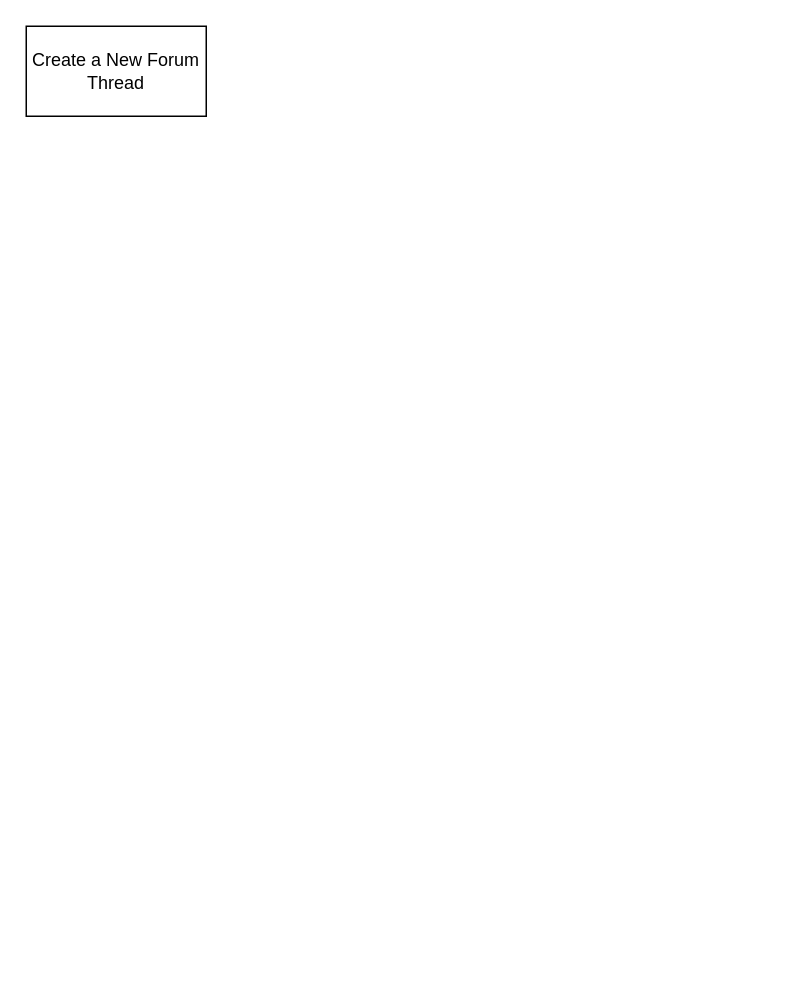
The draw.io diagram page "CreateForumThread" (10 of 14) of Chronicle_Initial_App_Wireframe_Designs.drawio in Vaibhav-G-Parmar/Chronicle-Your-Ultimate-Travel-Companion, before the edit. Source tidied: cells renumbered, new cells numbered last; positions are measured from the earlier drawing's top-left corner, leaving out a move shared by most shapes. Both pictures are drawn from the tidied source at 150%, with x=0, y=0 at pixel (26, 26).
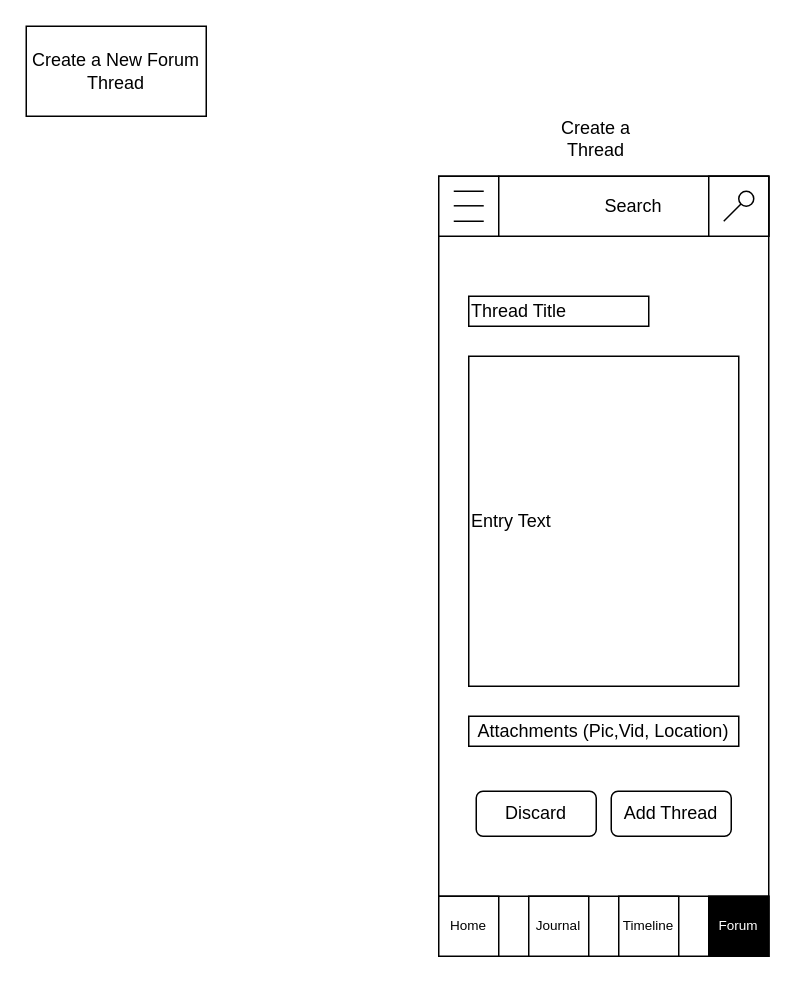
Above is the later version.

What changed in the source:
```diff
@@
+    <mxCell id="3" style="rounded=0;whiteSpace=wrap;html=1;" parent="1" vertex="1">
+      <mxGeometry x="275" y="100" width="220" height="520" as="geometry" />
+    </mxCell>
+    <mxCell id="4" style="rounded=0;whiteSpace=wrap;html=1;" parent="1" vertex="1">
+      <mxGeometry x="275" y="580" width="220" height="40" as="geometry" />
+    </mxCell>
+    <mxCell id="5" value="Forum" style="rounded=0;whiteSpace=wrap;html=1;fontSize=9;fillColor=#000000;fontColor=#FFFFFF;" parent="1" vertex="1">
+      <mxGeometry x="455" y="580" width="40" height="40" as="geometry" />
+    </mxCell>
+    <mxCell id="6" value="Timeline" style="rounded=0;whiteSpace=wrap;html=1;fontSize=9;" parent="1" vertex="1">
+      <mxGeometry x="395" y="580" width="40" height="40" as="geometry" />
+    </mxCell>
+    <mxCell id="7" value="Journal" style="rounded=0;whiteSpace=wrap;html=1;fontSize=9;labelBackgroundColor=default;fillColor=#FFFFFF;" parent="1" vertex="1">
+      <mxGeometry x="335" y="580" width="40" height="40" as="geometry" />
+    </mxCell>
+    <mxCell id="8" value="Home" style="rounded=0;whiteSpace=wrap;html=1;fontSize=9;" parent="1" vertex="1">
+      <mxGeometry x="275" y="580" width="40" height="40" as="geometry" />
+    </mxCell>
+    <mxCell id="9" style="rounded=0;whiteSpace=wrap;html=1;fontSize=9;" parent="1" vertex="1">
+      <mxGeometry x="275" y="100" width="40" height="40" as="geometry" />
+    </mxCell>
+    <mxCell id="10" style="endArrow=none;html=1;rounded=0;" parent="1" edge="1">
+      <mxGeometry relative="1" as="geometry">
+        <mxPoint x="285" y="130" as="sourcePoint" />
+        <mxPoint x="305" y="130" as="targetPoint" />
+      </mxGeometry>
+    </mxCell>
+    <mxCell id="11" style="endArrow=none;html=1;rounded=0;" parent="1" edge="1">
+      <mxGeometry relative="1" as="geometry">
+        <mxPoint x="285" y="119.7" as="sourcePoint" />
+        <mxPoint x="305" y="119.7" as="targetPoint" />
+      </mxGeometry>
+    </mxCell>
+    <mxCell id="12" style="endArrow=none;html=1;rounded=0;" parent="1" edge="1">
+      <mxGeometry relative="1" as="geometry">
+        <mxPoint x="285" y="110" as="sourcePoint" />
+        <mxPoint x="305" y="110" as="targetPoint" />
+      </mxGeometry>
+    </mxCell>
+    <mxCell id="13" value="Search" style="rounded=0;whiteSpace=wrap;html=1;" parent="1" vertex="1">
+      <mxGeometry x="315" y="100" width="180" height="40" as="geometry" />
+    </mxCell>
+    <mxCell id="14" style="whiteSpace=wrap;html=1;" parent="1" vertex="1">
+      <mxGeometry x="455" y="100" width="40" height="40" as="geometry" />
+    </mxCell>
+    <mxCell id="15" style="endArrow=none;html=1;rounded=0;entryX=0;entryY=1;entryDx=0;entryDy=0;" parent="1" edge="1" target="16">
+      <mxGeometry relative="1" as="geometry">
+        <mxPoint x="465" y="130" as="sourcePoint" />
+      </mxGeometry>
+    </mxCell>
+    <mxCell id="16" style="ellipse;whiteSpace=wrap;html=1;" parent="1" vertex="1">
+      <mxGeometry x="475" y="110" width="10" height="10" as="geometry" />
+    </mxCell>
+    <mxCell id="17" value="Entry Text" style="rounded=0;whiteSpace=wrap;html=1;align=left;" parent="1" vertex="1">
+      <mxGeometry x="295" y="220" width="180" height="220" as="geometry" />
+    </mxCell>
+    <mxCell id="18" value="Thread Title" style="rounded=0;whiteSpace=wrap;html=1;align=left;" parent="1" vertex="1">
+      <mxGeometry x="295" y="180" width="120" height="20" as="geometry" />
+    </mxCell>
+    <mxCell id="19" value="Attachments (Pic,Vid, Location)" style="rounded=0;whiteSpace=wrap;html=1;" parent="1" vertex="1">
+      <mxGeometry x="295" y="460" width="180" height="20" as="geometry" />
+    </mxCell>
+    <mxCell id="20" value="Add Thread" style="rounded=1;whiteSpace=wrap;html=1;" parent="1" vertex="1">
+      <mxGeometry x="390" y="510" width="80" height="30" as="geometry" />
+    </mxCell>
+    <mxCell id="21" value="Discard" style="rounded=1;whiteSpace=wrap;html=1;" parent="1" vertex="1">
+      <mxGeometry x="300" y="510" width="80" height="30" as="geometry" />
+    </mxCell>
+    <mxCell id="22" value="Create a Thread" style="text;html=1;strokeColor=none;fillColor=none;align=center;verticalAlign=middle;whiteSpace=wrap;rounded=0;" parent="1" vertex="1">
+      <mxGeometry x="350" y="60" width="60" height="30" as="geometry" />
+    </mxCell>
```
